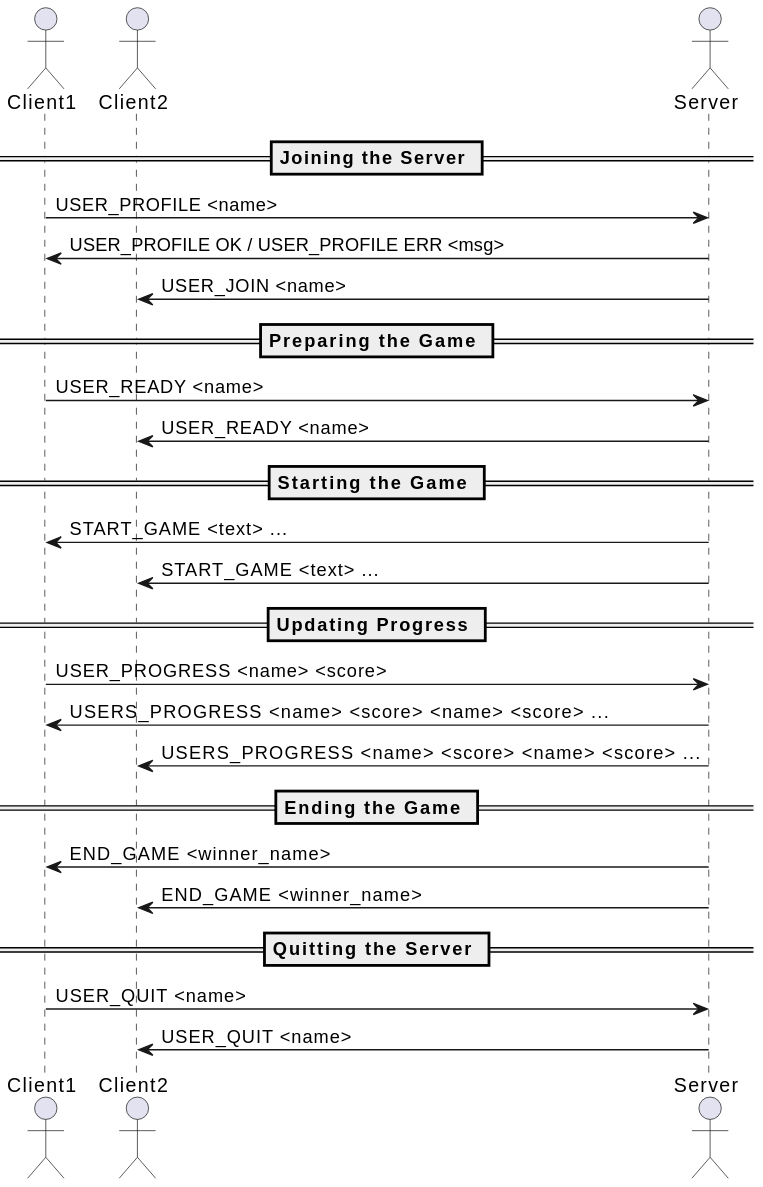
This is docs/diagram.svg from HEIGVD-S3-DAI/fastpaws, a PlantUML export, as it was before one commit. The source it was exported from:
```plantuml
@startuml
actor Client1
actor Client2
actor Server

== Joining the Server ==

Client1 -> Server: USER_PROFILE <name>
Server -> Client1: USER_PROFILE OK / USER_PROFILE ERR <msg>
Server -> Client2: USER_JOIN <name>

== Preparing the Game ==

Client1 -> Server: USER_READY <name>
Server -> Client2: USER_READY <name>

== Starting the Game ==

Server -> Client1: START_GAME <text> ...
Server -> Client2: START_GAME <text> ...

== Updating Progress ==

Client1 -> Server: USER_PROGRESS <name> <score>
Server -> Client1: USERS_PROGRESS <name> <score> <name> <score> ...
Server -> Client2: USERS_PROGRESS <name> <score> <name> <score> ...

== Ending the Game ==

Server -> Client1: END_GAME <winner_name>
Server -> Client2: END_GAME <winner_name>

== Quitting the Server ==

Client1 -> Server: USER_QUIT <name>
Server -> Client2: USER_QUIT <name>
@enduml
```
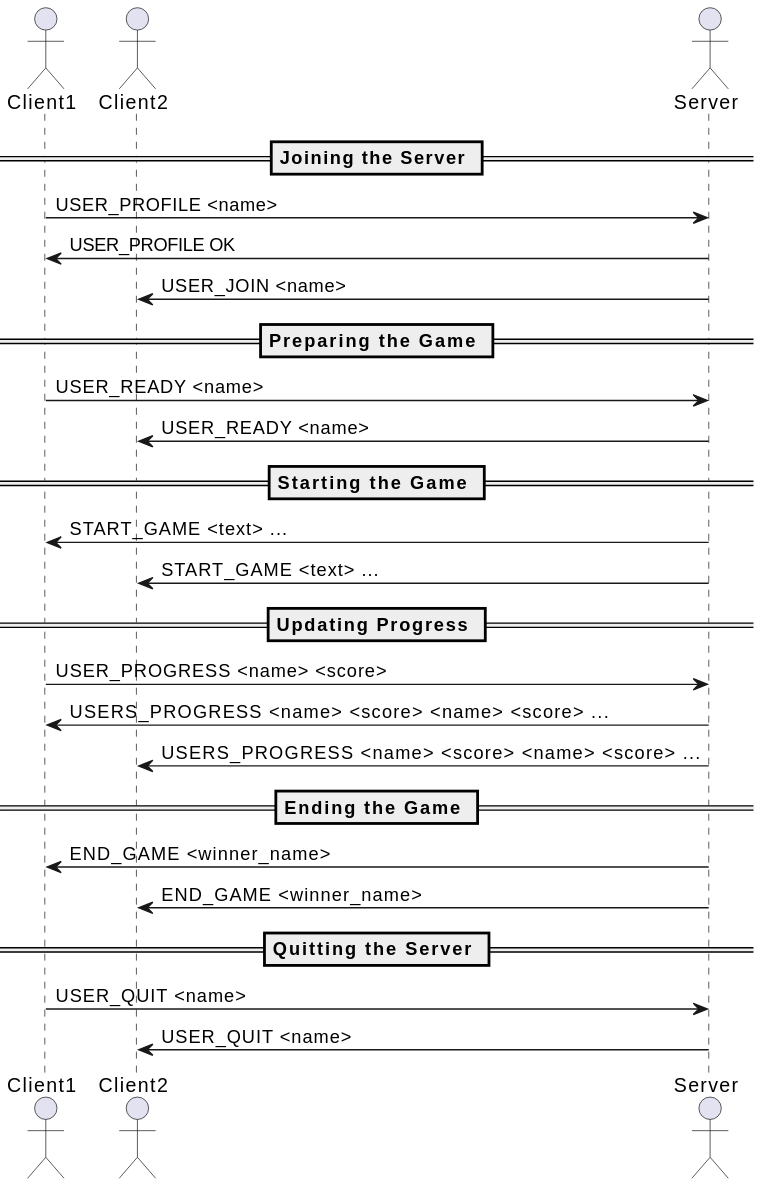
Above is the later version.

Commit message:
Add protocol error diagram

Diff of the diagram source:
```diff
@@ -6,7 +6,7 @@
 == Joining the Server ==
 
 Client1 -> Server: USER_PROFILE <name>
-Server -> Client1: USER_PROFILE OK / USER_PROFILE ERR <msg>
+Server -> Client1: USER_PROFILE OK
 Server -> Client2: USER_JOIN <name>
 
 == Preparing the Game ==
```
